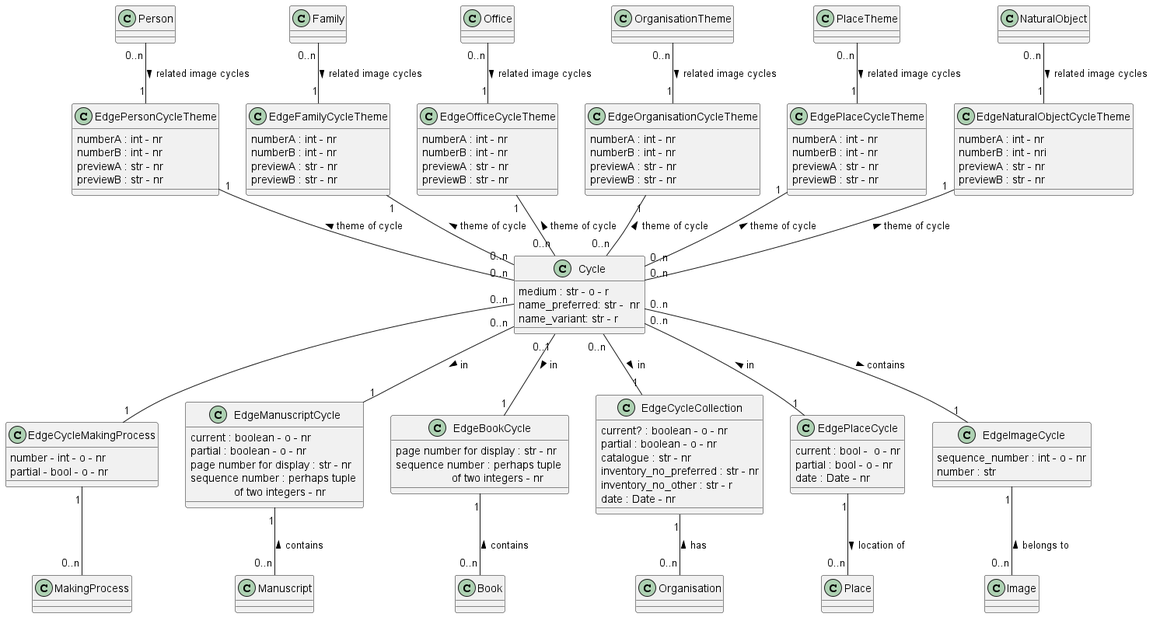
Earlier version of the PlantUML export documentation/class_diagrams/Cycle.png (tmasch/bpf_be).
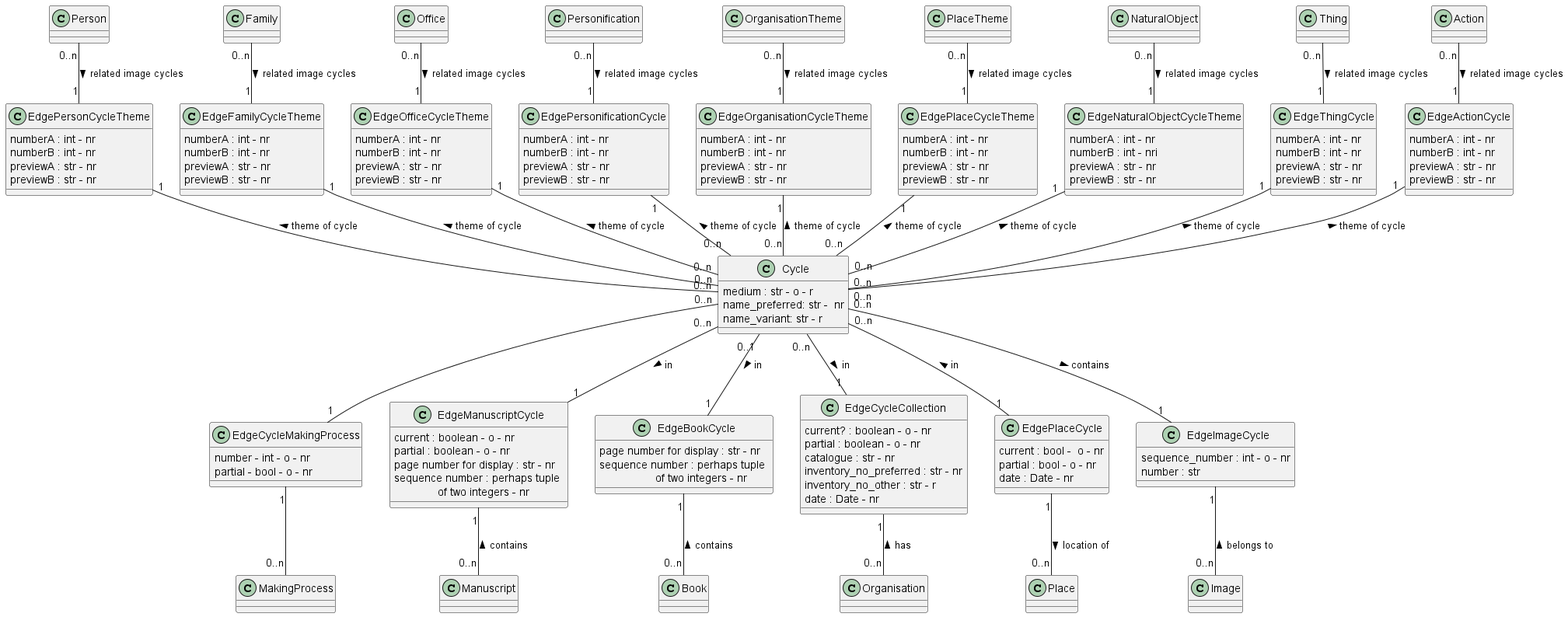
After the commit.

Change to the diagram source:
```diff
@@ -1,4 +1,5 @@
 @startuml Cycle
+
 class Cycle
 Cycle : medium : str - o - r
 Cycle : name_preferred: str -  nr
@@ -42,6 +43,12 @@
 EdgeOfficeCycleTheme : previewA : str - nr
 EdgeOfficeCycleTheme : previewB : str - nr
 
+class EdgePersonificationCycle
+EdgePersonificationCycle : numberA : int - nr
+EdgePersonificationCycle : numberB : int - nr
+EdgePersonificationCycle : previewA : str - nr
+EdgePersonificationCycle : previewB : str - nr
+
 class EdgeOrganisationCycleTheme
 EdgeOrganisationCycleTheme : numberA : int - nr
 EdgeOrganisationCycleTheme : numberB : int - nr
@@ -59,6 +66,20 @@
 EdgeNaturalObjectCycleTheme : numberB : int - nri
 EdgeNaturalObjectCycleTheme : previewA : str - nr
 EdgeNaturalObjectCycleTheme : previewB : str - nr
+
+class EdgeThingCycle
+EdgeThingCycle : numberA : int - nr
+EdgeThingCycle : numberB : int - nr
+EdgeThingCycle : previewA : str - nr
+EdgeThingCycle : previewB : str - nr
+
+class EdgeActionCycle
+EdgeActionCycle : numberA : int - nr
+EdgeActionCycle : numberB : int - nr
+EdgeActionCycle : previewA : str - nr
+EdgeActionCycle : previewB : str - nr
+
+
 
 class EdgeCycleMakingProcess
 EdgeCycleMakingProcess : number - int - o - nr
@@ -100,6 +121,9 @@
 Family "0..n" -- "1" EdgeFamilyCycleTheme : related image cycles >
 EdgeFamilyCycleTheme "1" -- "0..n" Cycle : theme of cycle <
 
+Personification "0..n" -- "1" EdgePersonificationCycle : related image cycles >
+EdgePersonificationCycle "1" -- "0..n" Cycle : theme of cycle <
+
 Office "0..n" -- "1" EdgeOfficeCycleTheme : related image cycles >
 EdgeOfficeCycleTheme "1" -- "0..n" Cycle : theme of cycle <
 
@@ -111,6 +135,12 @@
 
 NaturalObject "0..n" -- "1" EdgeNaturalObjectCycleTheme : related image cycles >
 EdgeNaturalObjectCycleTheme "1" -- "0..n" Cycle : theme of cycle <
+
+Thing "0..n" -- "1" EdgeThingCycle : related image cycles >
+EdgeThingCycle "1" -- "0..n" Cycle : theme of cycle <
+
+Action "0..n" -- "1" EdgeActionCycle : related image cycles >
+EdgeActionCycle "1" -- "0..n" Cycle : theme of cycle <
 
 Cycle "0..n" -- "1" EdgeCycleMakingProcess
 EdgeCycleMakingProcess "1" -- "0..n" MakingProcess
@@ -130,6 +160,4 @@
 Cycle "0..n" -- "1" EdgeImageCycle : > contains
 EdgeImageCycle "1" -- "0..n" Image : belongs to <
 
-
-
 @enduml
```
